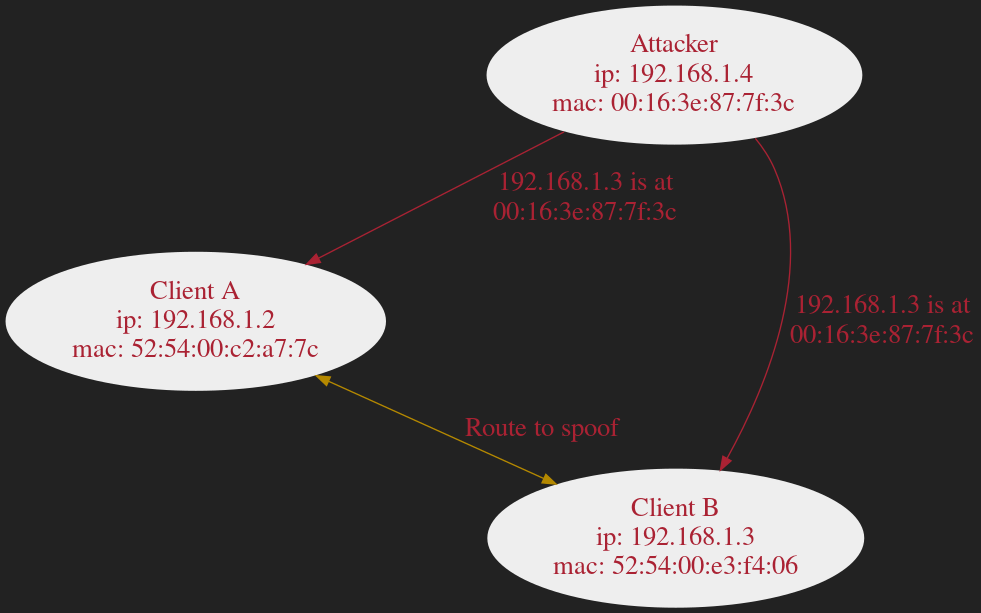
dlrobertson/dlrobertson.com keeps this Graphviz diagram as slides/graphs/images/arp-spoof.png. Above is the earlier version. Its source is kept beside it as slides/graphs/sources/arp-spoof.dot. Source of this version:
```dot
digraph ARA {
    compound=true
    splines=true
    nodesep=4
    color=none
    fontcolor="#aa2233"
    fontsize=20
    bgcolor="#222222"
    edge[color="#b58900", fontcolor="#aa2233", fontsize=20]
    node[fontcolor="#aa2233", fontsize=20]
    node0[
        label="Client A\nip: 192.168.1.2\nmac: 52:54:00:c2:a7:7c"
        style=filled
        color=none
        fillcolor="#eeeeee"
    ]
    node1[
        label="Client B\nip: 192.168.1.3\nmac: 52:54:00:e3:f4:06"
        style=filled
        color=none
        fillcolor="#eeeeee"
    ]
    attacker[
        label="Attacker\nip: 192.168.1.4\nmac: 00:16:3e:87:7f:3c"
        style=filled
        color=none
        fillcolor="#eeeeee"
    ]
    node0 -> node1[label="Route to spoof", dir=both]
    attacker -> node0[
        label="192.168.1.3 is at\n00:16:3e:87:7f:3c"
        color="#aa2233"
    ]
    attacker -> node1[
        label="192.168.1.3 is at\n00:16:3e:87:7f:3c"
        color="#aa2233"
    ]
}
```
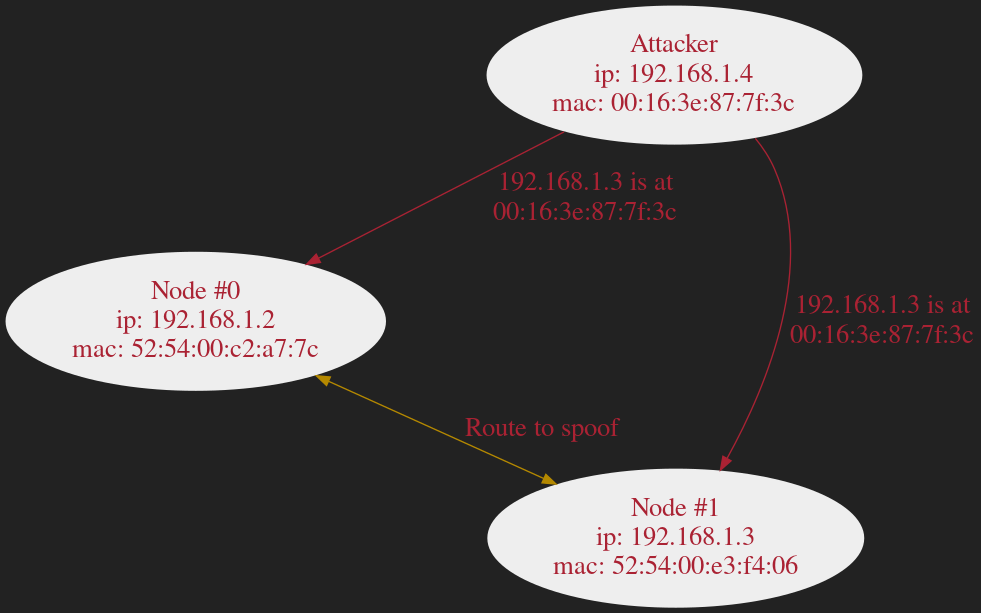
After the change.

Change to the diagram source:
```diff
@@ -9,13 +9,13 @@
     edge[color="#b58900", fontcolor="#aa2233", fontsize=20]
     node[fontcolor="#aa2233", fontsize=20]
     node0[
-        label="Client A\nip: 192.168.1.2\nmac: 52:54:00:c2:a7:7c"
+        label="Node #0\nip: 192.168.1.2\nmac: 52:54:00:c2:a7:7c"
         style=filled
         color=none
         fillcolor="#eeeeee"
     ]
     node1[
-        label="Client B\nip: 192.168.1.3\nmac: 52:54:00:e3:f4:06"
+        label="Node #1\nip: 192.168.1.3\nmac: 52:54:00:e3:f4:06"
         style=filled
         color=none
         fillcolor="#eeeeee"
```
